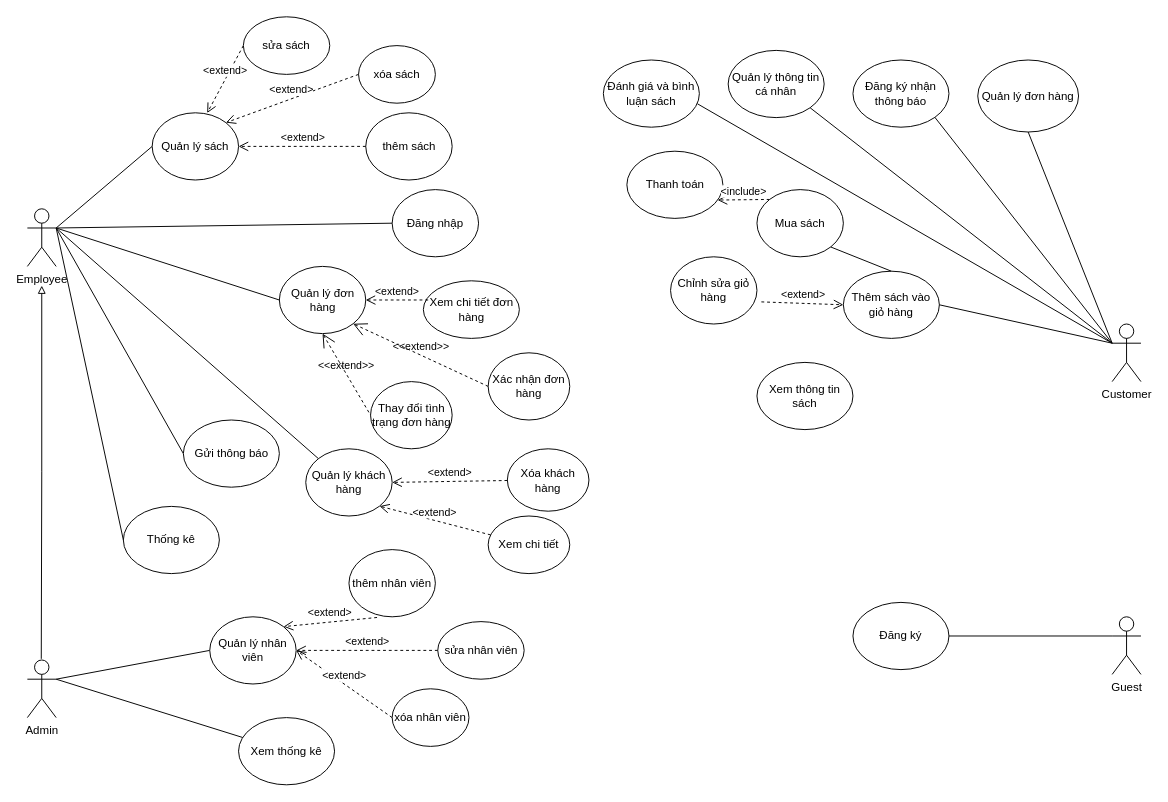
Before: Use-Case/Use-Case-V3.drawio in Graduation-Thesis-2020/Selling-Book, a draw.io diagram. Source tidied: cells renumbered, new cells numbered last; positions are measured from the earlier drawing's top-left corner, leaving out a move shared by most shapes. Both pictures are drawn from the tidied source at 96%, with x=0, y=0 at pixel (27, 16).
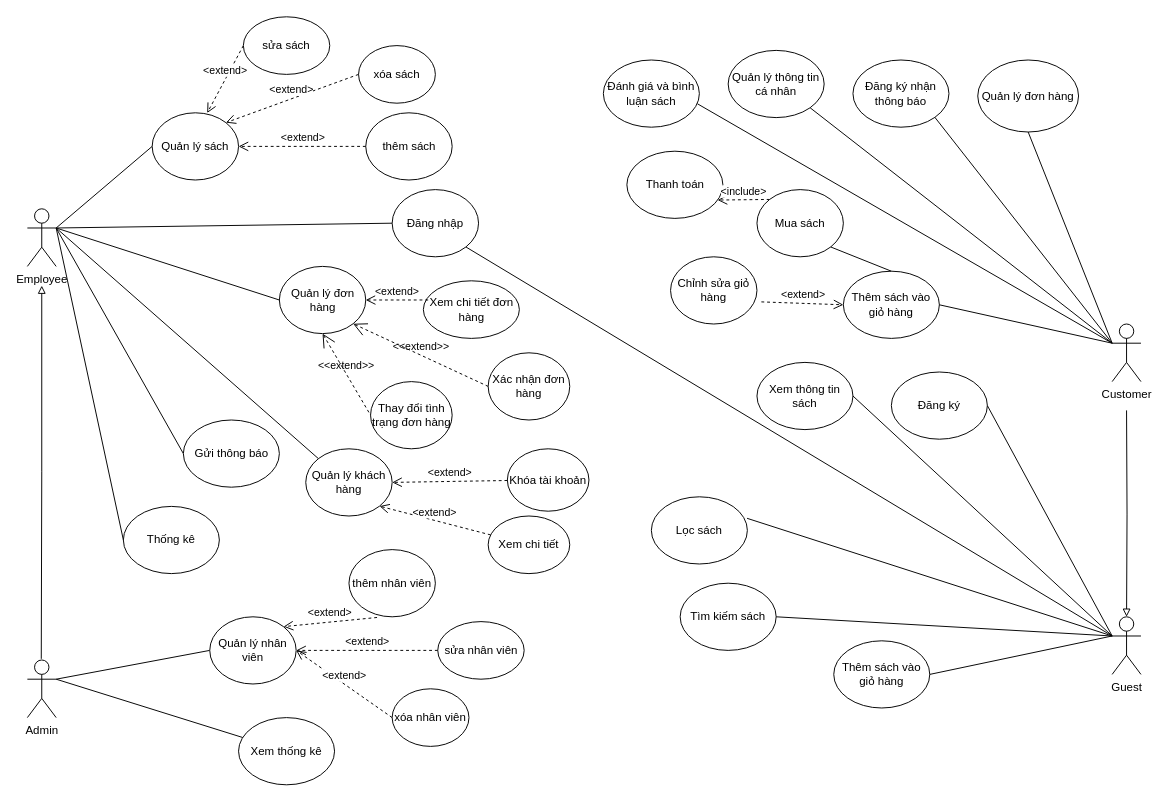
Above is the later version.

The change refers to these unchanged cells:
```xml
<mxCell id="3" value="Guest&lt;br&gt;" style="shape=umlActor;verticalLabelPosition=bottom;verticalAlign=top;html=1;outlineConnect=0;" parent="1" vertex="1">
  <mxGeometry x="1130" y="625" width="30" height="60" as="geometry" />
</mxCell>
<mxCell id="31" value="Đăng nhập" style="ellipse;whiteSpace=wrap;html=1;" parent="1" vertex="1">
  <mxGeometry x="380" y="180" width="90" height="70" as="geometry" />
</mxCell>
<mxCell id="33" value="Xem thông tin sách" style="ellipse;whiteSpace=wrap;html=1;" parent="1" vertex="1">
  <mxGeometry x="760" y="360" width="100" height="70" as="geometry" />
</mxCell>
```

Change to the diagram source:
```diff
@@
+    <mxCell id="64" style="edgeStyle=orthogonalEdgeStyle;rounded=0;jettySize=auto;html=1;entryX=0.5;entryY=0;entryDx=0;entryDy=0;entryPerimeter=0;endArrow=block;endFill=0;" parent="1" edge="1" target="3">
+      <mxGeometry relative="1" as="geometry">
+        <mxPoint x="1145" y="410" as="sourcePoint" />
+      </mxGeometry>
+    </mxCell>
@@
     <mxCell id="22" value="Đăng ký" style="ellipse;whiteSpace=wrap;html=1;" parent="1" vertex="1">
-      <mxGeometry x="860" y="610" width="100" height="70" as="geometry" />
+      <mxGeometry x="900" y="370" width="100" height="70" as="geometry" />
     </mxCell>
@@
-    <mxCell id="29" value="Xóa khách hàng" style="ellipse;whiteSpace=wrap;html=1;" parent="1" vertex="1">
+    <mxCell id="29" value="Khóa tài khoản" style="ellipse;whiteSpace=wrap;html=1;" parent="1" vertex="1">
       <mxGeometry x="500" y="450" width="85" height="65" as="geometry" />
     </mxCell>
+    <mxCell id="65" style="rounded=0;jettySize=auto;html=1;exitX=1;exitY=1;exitDx=0;exitDy=0;entryX=0;entryY=0.3333333333333333;entryDx=0;entryDy=0;entryPerimeter=0;endArrow=none;endFill=0;" parent="1" edge="1" source="31" target="3">
+      <mxGeometry relative="1" as="geometry" />
+    </mxCell>
@@
+    <mxCell id="66" value="Tìm kiếm sách" style="ellipse;whiteSpace=wrap;html=1;" parent="1" vertex="1">
+      <mxGeometry x="680" y="590" width="100" height="70" as="geometry" />
+    </mxCell>
+    <mxCell id="67" style="endArrow=none;html=1;exitX=1;exitY=0.5;exitDx=0;exitDy=0;entryX=0;entryY=0.3333333333333333;entryDx=0;entryDy=0;entryPerimeter=0;" parent="1" edge="1" source="66" target="3">
+      <mxGeometry relative="1" as="geometry" />
+    </mxCell>
@@
+    <mxCell id="68" style="endArrow=none;html=1;exitX=1;exitY=0.5;exitDx=0;exitDy=0;entryX=0;entryY=0.3333333333333333;entryDx=0;entryDy=0;entryPerimeter=0;" parent="1" edge="1" source="33" target="3">
+      <mxGeometry relative="1" as="geometry" />
+    </mxCell>
@@
+    <mxCell id="69" value="Thêm sách vào giỏ hàng" style="ellipse;whiteSpace=wrap;html=1;" parent="1" vertex="1">
+      <mxGeometry x="840" y="650" width="100" height="70" as="geometry" />
+    </mxCell>
+    <mxCell id="70" style="endArrow=none;html=1;entryX=0;entryY=0.3333333333333333;entryDx=0;entryDy=0;entryPerimeter=0;exitX=1;exitY=0.5;exitDx=0;exitDy=0;" parent="1" edge="1" source="69" target="3">
+      <mxGeometry relative="1" as="geometry" />
+    </mxCell>
+    <mxCell id="71" value="Lọc sách" style="ellipse;whiteSpace=wrap;html=1;" parent="1" vertex="1">
+      <mxGeometry x="650" y="500" width="100" height="70" as="geometry" />
+    </mxCell>
+    <mxCell id="72" style="endArrow=none;html=1;entryX=0;entryY=0.3333333333333333;entryDx=0;entryDy=0;entryPerimeter=0;exitX=0.997;exitY=0.32;exitDx=0;exitDy=0;exitPerimeter=0;" parent="1" edge="1" source="71" target="3">
+      <mxGeometry relative="1" as="geometry" />
+    </mxCell>
```
